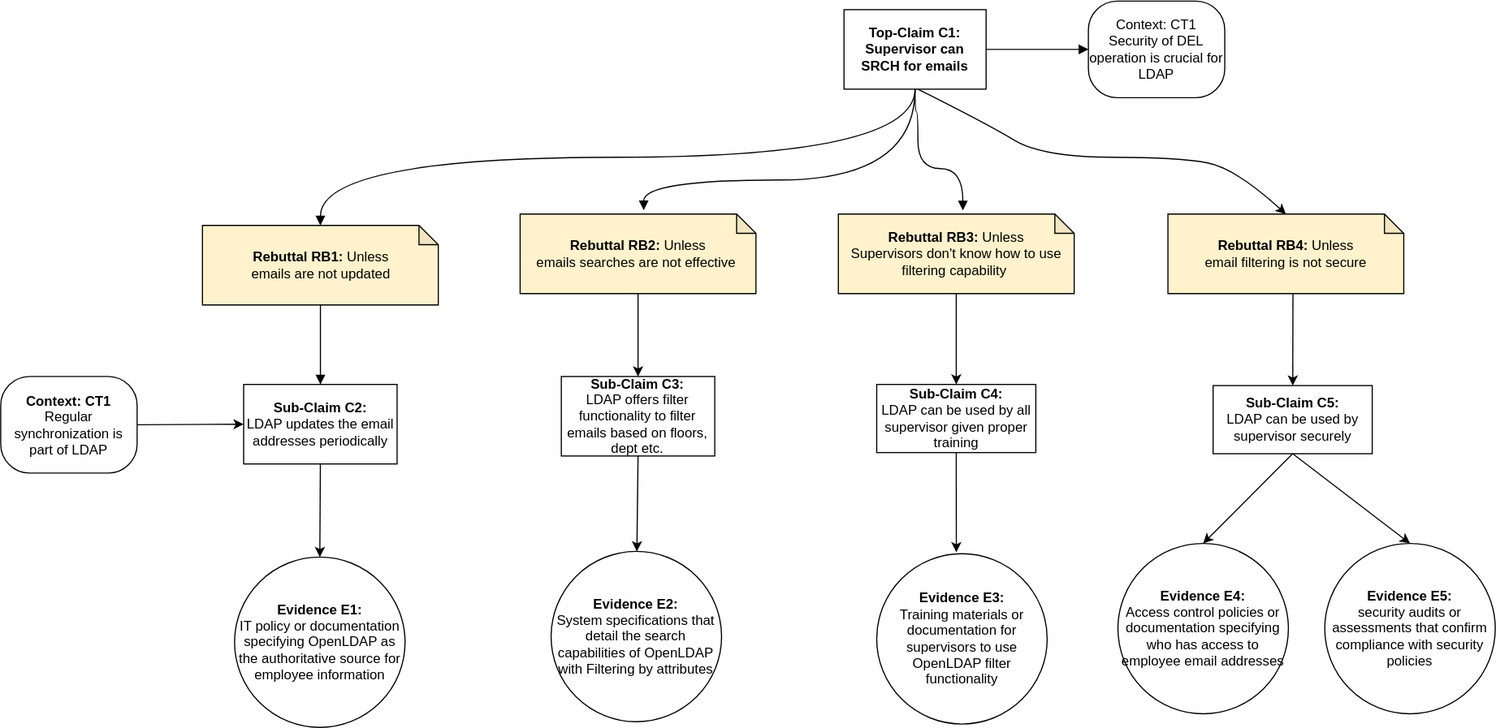
The draw.io diagram images/SRCH.svg in bartelsjoshuac/SAPG, before a commit. Source tidied: cells renumbered, new cells last; positions are measured from the earlier drawing's top-left corner, leaving out a move shared by most shapes.
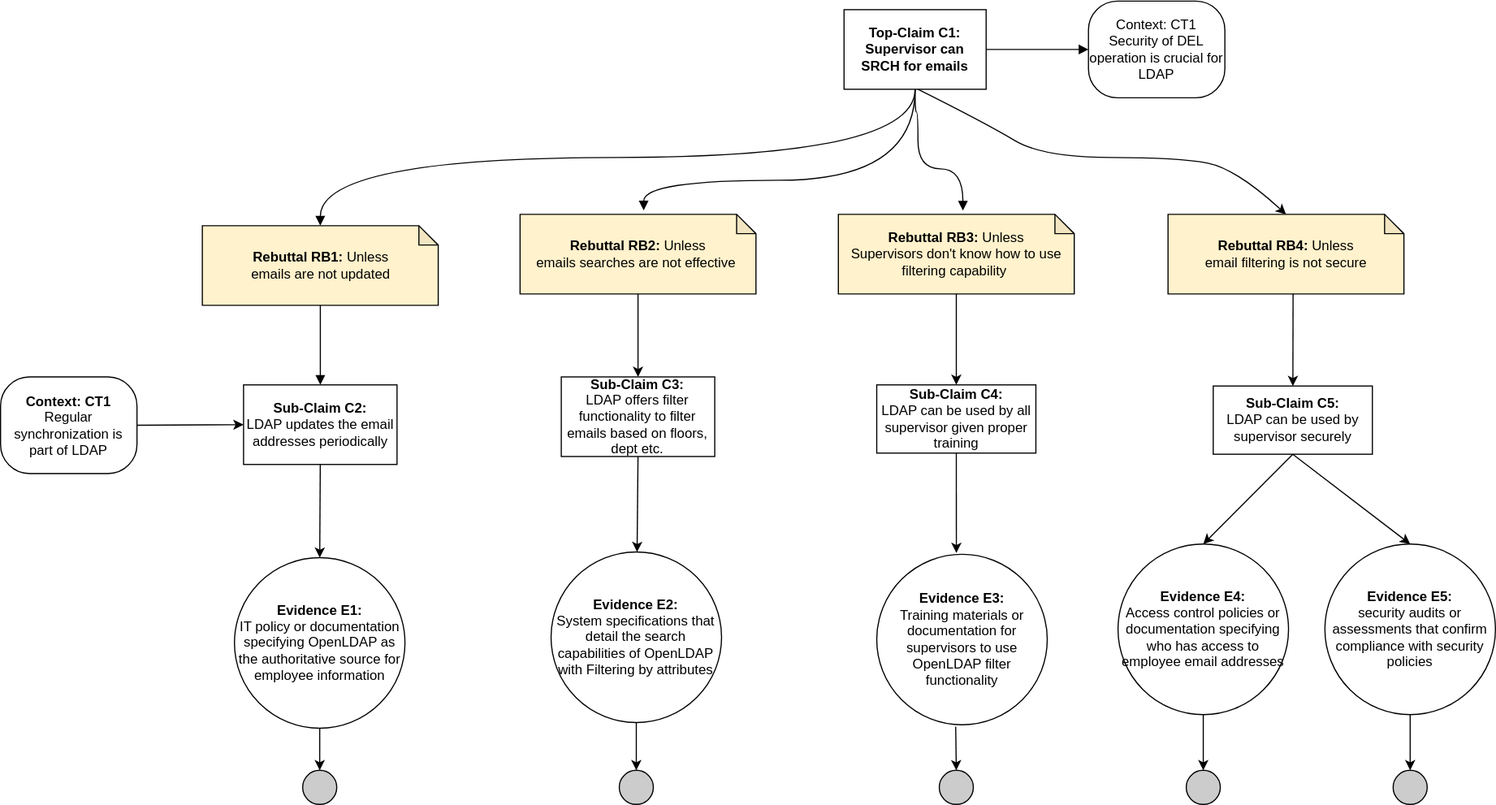
The same diagram one commit later.

The edit, as a diff of the source:
```diff
@@ -123,5 +123,35 @@
         <mxPoint x="1137" y="258" as="sourcePoint" />
       </mxGeometry>
     </mxCell>
+    <mxCell id="33" style="ellipse;whiteSpace=wrap;html=1;fillColor=#CCCCCC;" parent="1" vertex="1">
+      <mxGeometry x="265.8" y="677" width="30" height="30" as="geometry" />
+    </mxCell>
+    <mxCell id="34" style="ellipse;whiteSpace=wrap;html=1;fillColor=#CCCCCC;" parent="1" vertex="1">
+      <mxGeometry x="544.2" y="677" width="30" height="30" as="geometry" />
+    </mxCell>
+    <mxCell id="35" style="ellipse;whiteSpace=wrap;html=1;fillColor=#CCCCCC;" parent="1" vertex="1">
+      <mxGeometry x="825.8" y="677" width="30" height="30" as="geometry" />
+    </mxCell>
+    <mxCell id="36" style="ellipse;whiteSpace=wrap;html=1;fillColor=#CCCCCC;" parent="1" vertex="1">
+      <mxGeometry x="1043" y="677" width="30" height="30" as="geometry" />
+    </mxCell>
+    <mxCell id="37" style="ellipse;whiteSpace=wrap;html=1;fillColor=#CCCCCC;" parent="1" vertex="1">
+      <mxGeometry x="1225" y="677" width="30" height="30" as="geometry" />
+    </mxCell>
+    <mxCell id="38" style="endArrow=classic;html=1;rounded=0;exitX=0.5;exitY=1;exitDx=0;exitDy=0;entryX=0.5;entryY=0;entryDx=0;entryDy=0;" parent="1" edge="1" source="13" target="33">
+      <mxGeometry relative="1" as="geometry" />
+    </mxCell>
+    <mxCell id="39" style="endArrow=classic;html=1;rounded=0;exitX=0.463;exitY=1.011;exitDx=0;exitDy=0;exitPerimeter=0;entryX=0.5;entryY=0;entryDx=0;entryDy=0;" parent="1" edge="1" source="22" target="35">
+      <mxGeometry relative="1" as="geometry" />
+    </mxCell>
+    <mxCell id="40" style="endArrow=classic;html=1;rounded=0;exitX=0.5;exitY=1;exitDx=0;exitDy=0;entryX=0.5;entryY=0;entryDx=0;entryDy=0;" parent="1" edge="1" source="18" target="34">
+      <mxGeometry relative="1" as="geometry" />
+    </mxCell>
+    <mxCell id="41" style="endArrow=classic;html=1;rounded=0;exitX=0.5;exitY=1;exitDx=0;exitDy=0;entryX=0.5;entryY=0;entryDx=0;entryDy=0;" parent="1" edge="1" source="28" target="36">
+      <mxGeometry relative="1" as="geometry" />
+    </mxCell>
+    <mxCell id="42" style="endArrow=classic;html=1;rounded=0;entryX=0.5;entryY=0;entryDx=0;entryDy=0;exitX=0.5;exitY=1;exitDx=0;exitDy=0;" parent="1" edge="1" source="29" target="37">
+      <mxGeometry relative="1" as="geometry" />
+    </mxCell>
   </root>
 </mxGraphModel>
```
